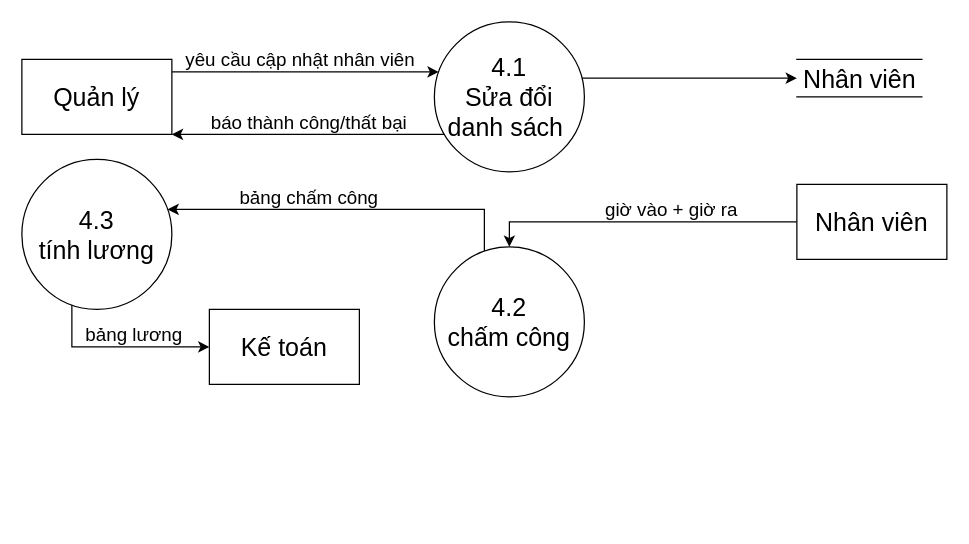
The draw.io diagram Documents/DFD muc 0,1 cnpm/quan ly nhan vien.drawio in boopanda1998/Cong_nghe_phan_mem, before the edit. Source tidied: cells renumbered, new cells numbered last; positions are measured from the earlier drawing's top-left corner, leaving out a move shared by most shapes. Both pictures are drawn from the tidied source at 125%, with x=0, y=0 at pixel (21, 21).
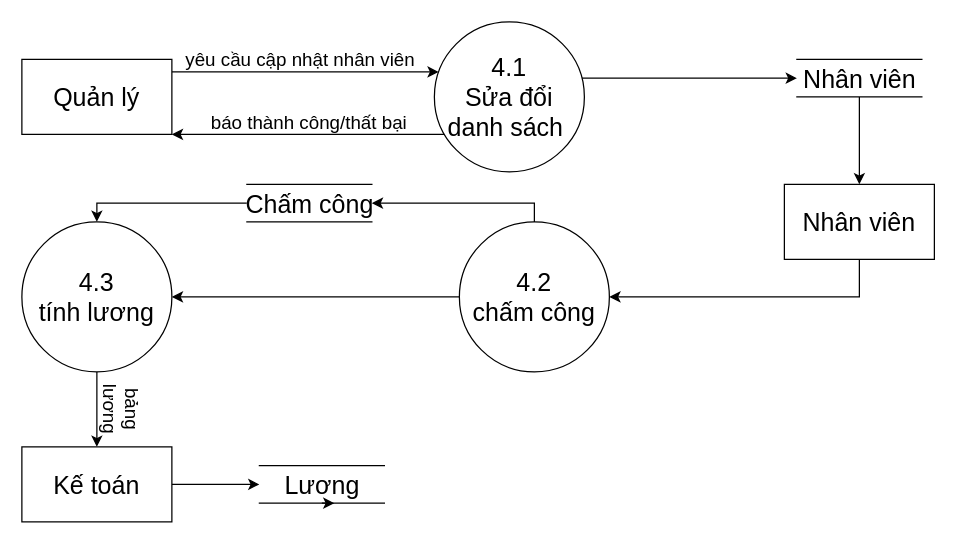
Above is the later version.

The change refers to these unchanged cells:
```xml
<mxCell id="4" value="&lt;font style=&quot;font-size: 20px&quot;&gt;Nhân viên&lt;/font&gt;" style="html=1;dashed=0;whitespace=wrap;shape=partialRectangle;right=0;left=0;" parent="1" vertex="1">
  <mxGeometry x="620" y="30" width="100" height="30" as="geometry" />
</mxCell>
```

What changed in the source:
```diff
@@
+    <mxCell id="20" style="edgeStyle=orthogonalEdgeStyle;rounded=0;jettySize=auto;html=1;exitX=0.5;exitY=1;exitDx=0;exitDy=0;entryX=0.5;entryY=0;entryDx=0;entryDy=0;" parent="1" edge="1" source="4" target="13">
+      <mxGeometry relative="1" as="geometry" />
+    </mxCell>
@@
-    <mxCell id="8" style="edgeStyle=orthogonalEdgeStyle;rounded=0;jettySize=auto;html=1;" parent="1" edge="1" source="9" target="11">
-      <mxGeometry relative="1" as="geometry">
-        <Array as="points">
-          <mxPoint x="370" y="150" />
-        </Array>
-      </mxGeometry>
+    <mxCell id="8" style="edgeStyle=orthogonalEdgeStyle;rounded=0;jettySize=auto;html=1;exitX=0;exitY=0.5;exitDx=0;exitDy=0;entryX=1;entryY=0.5;entryDx=0;entryDy=0;" parent="1" edge="1" source="9" target="11">
+      <mxGeometry relative="1" as="geometry" />
     </mxCell>
+    <mxCell id="21" style="edgeStyle=orthogonalEdgeStyle;rounded=0;jettySize=auto;html=1;entryX=1;entryY=0.5;entryDx=0;entryDy=0;" parent="1" edge="1" source="9" target="26">
+      <mxGeometry relative="1" as="geometry">
+        <Array as="points">
+          <mxPoint x="410" y="145" />
+        </Array>
+      </mxGeometry>
+    </mxCell>
     <mxCell id="9" value="&lt;font style=&quot;font-size: 20px&quot;&gt;4.2&lt;br&gt;chấm công&lt;br&gt;&lt;/font&gt;" style="ellipse;whiteSpace=wrap;html=1;" parent="1" vertex="1">
-      <mxGeometry x="330" y="180" width="120" height="120" as="geometry" />
+      <mxGeometry x="350" y="160" width="120" height="120" as="geometry" />
     </mxCell>
@@
     <mxCell id="11" value="&lt;font style=&quot;font-size: 20px&quot;&gt;4.3&lt;br&gt;tính lương&lt;br&gt;&lt;/font&gt;" style="ellipse;whiteSpace=wrap;html=1;" parent="1" vertex="1">
-      <mxGeometry y="110" width="120" height="120" as="geometry" />
+      <mxGeometry y="160" width="120" height="120" as="geometry" />
     </mxCell>
-    <mxCell id="12" style="edgeStyle=orthogonalEdgeStyle;rounded=0;jettySize=auto;html=1;entryX=0.5;entryY=0;entryDx=0;entryDy=0;" parent="1" edge="1" source="13" target="9">
+    <mxCell id="12" style="edgeStyle=orthogonalEdgeStyle;rounded=0;jettySize=auto;html=1;exitX=0.5;exitY=1;exitDx=0;exitDy=0;entryX=1;entryY=0.5;entryDx=0;entryDy=0;" parent="1" edge="1" source="13" target="9">
       <mxGeometry relative="1" as="geometry" />
     </mxCell>
     <mxCell id="13" value="&lt;font style=&quot;font-size: 20px&quot;&gt;Nhân viên&lt;/font&gt;" style="rounded=0;whiteSpace=wrap;html=1;" parent="1" vertex="1">
-      <mxGeometry x="620" y="130" width="120" height="60" as="geometry" />
+      <mxGeometry x="610" y="130" width="120" height="60" as="geometry" />
     </mxCell>
@@
-    <mxCell id="16" value="&lt;span style=&quot;font-size: 15px&quot;&gt;giờ vào + giờ ra&lt;/span&gt;" style="text;html=1;strokeColor=none;fillColor=none;align=center;verticalAlign=middle;whiteSpace=wrap;rounded=0;" parent="1" vertex="1">
-      <mxGeometry x="430" y="140" width="180" height="20" as="geometry" />
-    </mxCell>
-    <mxCell id="17" value="&lt;span style=&quot;font-size: 15px&quot;&gt;bảng chấm công&lt;/span&gt;" style="text;html=1;strokeColor=none;fillColor=none;align=center;verticalAlign=middle;whiteSpace=wrap;rounded=0;" parent="1" vertex="1">
-      <mxGeometry x="140" y="130" width="180" height="20" as="geometry" />
-    </mxCell>
+    <mxCell id="22" style="edgeStyle=orthogonalEdgeStyle;rounded=0;jettySize=auto;html=1;exitX=1;exitY=0.5;exitDx=0;exitDy=0;" parent="1" edge="1" source="18" target="23">
+      <mxGeometry relative="1" as="geometry" />
+    </mxCell>
     <mxCell id="18" value="&lt;font style=&quot;font-size: 20px&quot;&gt;Kế toán&lt;/font&gt;" style="rounded=0;whiteSpace=wrap;html=1;" parent="1" vertex="1">
-      <mxGeometry x="150" y="230" width="120" height="60" as="geometry" />
+      <mxGeometry y="340" width="120" height="60" as="geometry" />
     </mxCell>
-    <mxCell id="19" value="&lt;span style=&quot;font-size: 15px&quot;&gt;bảng lương&lt;br&gt;&lt;/span&gt;" style="text;html=1;strokeColor=none;fillColor=none;align=center;verticalAlign=middle;whiteSpace=wrap;rounded=0;" parent="1" vertex="1">
-      <mxGeometry y="240" width="180" height="20" as="geometry" />
+    <mxCell id="19" value="&lt;span style=&quot;font-size: 15px&quot;&gt;bảng&lt;br&gt;lương&lt;br&gt;&lt;/span&gt;" style="text;html=1;strokeColor=none;fillColor=none;align=center;verticalAlign=middle;whiteSpace=wrap;rounded=0;rotation=90;" parent="1" vertex="1">
+      <mxGeometry x="-10" y="300" width="180" height="20" as="geometry" />
     </mxCell>
+    <mxCell id="23" value="&lt;font style=&quot;font-size: 20px&quot;&gt;Lương&lt;/font&gt;" style="html=1;dashed=0;whitespace=wrap;shape=partialRectangle;right=0;left=0;" parent="1" vertex="1">
+      <mxGeometry x="190" y="355" width="100" height="30" as="geometry" />
+    </mxCell>
+    <mxCell id="24" style="edgeStyle=orthogonalEdgeStyle;rounded=0;orthogonalLoop=1;jettySize=auto;html=1;exitX=0.5;exitY=1;exitDx=0;exitDy=0;entryX=0.6;entryY=1;entryDx=0;entryDy=0;entryPerimeter=0;" parent="1" edge="1" source="23" target="23">
+      <mxGeometry relative="1" as="geometry" />
+    </mxCell>
+    <mxCell id="25" style="edgeStyle=orthogonalEdgeStyle;rounded=0;jettySize=auto;html=1;exitX=0;exitY=0.5;exitDx=0;exitDy=0;entryX=0.5;entryY=0;entryDx=0;entryDy=0;" parent="1" edge="1" source="26" target="11">
+      <mxGeometry relative="1" as="geometry">
+        <Array as="points">
+          <mxPoint x="60" y="145" />
+        </Array>
+      </mxGeometry>
+    </mxCell>
+    <mxCell id="26" value="&lt;font style=&quot;font-size: 20px&quot;&gt;Chấm công&lt;/font&gt;" style="html=1;dashed=0;whitespace=wrap;shape=partialRectangle;right=0;left=0;" parent="1" vertex="1">
+      <mxGeometry x="180" y="130" width="100" height="30" as="geometry" />
+    </mxCell>
```
